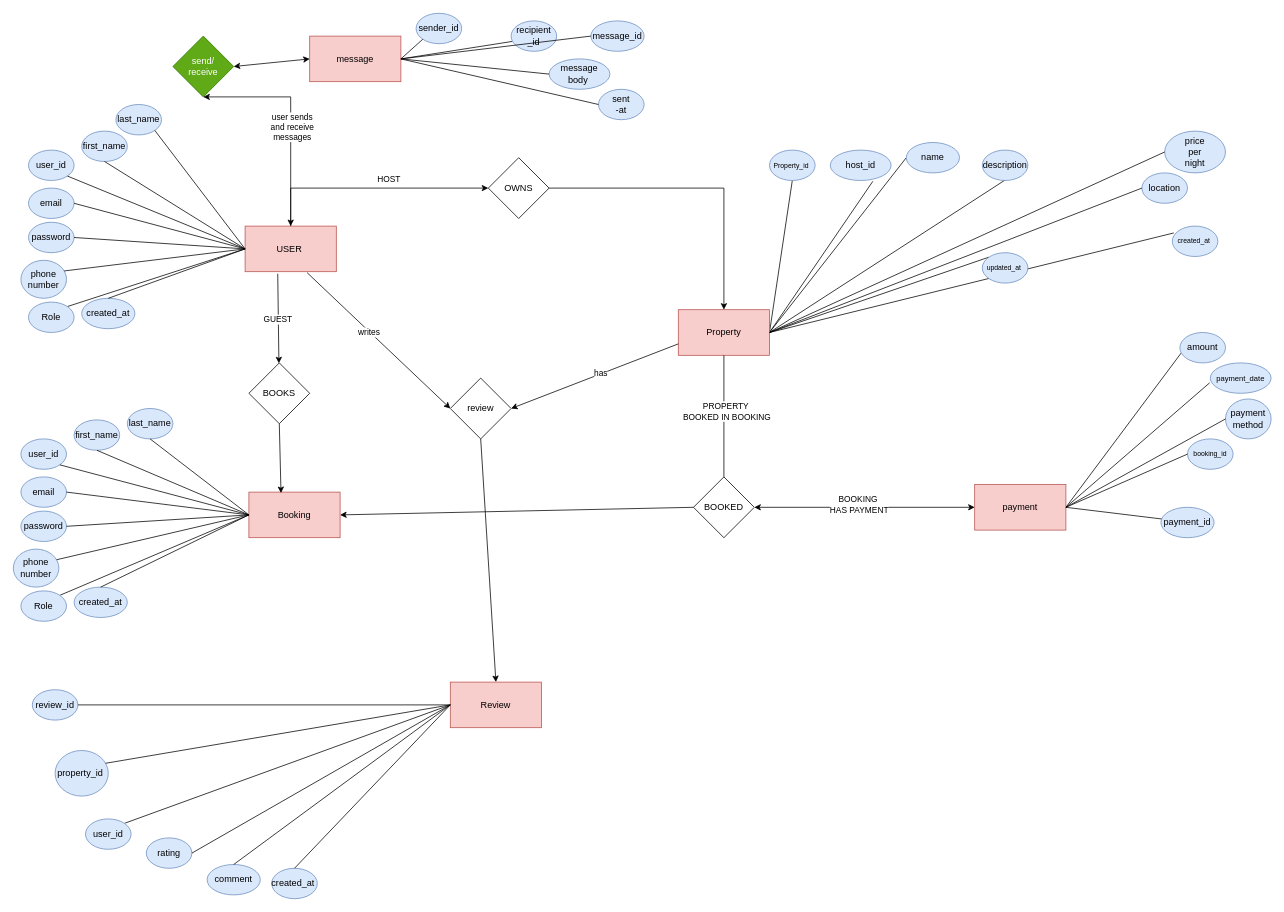
This is requirements.drawio from noelkips/alx-airbnb-database, a draw.io file, before an edit. Source tidied: cells renumbered, new cells numbered last; positions are measured from the earlier drawing's top-left corner, leaving out a move shared by most shapes. Both pictures are drawn from the tidied source at 76%, with x=0, y=0 at pixel (13, 13).
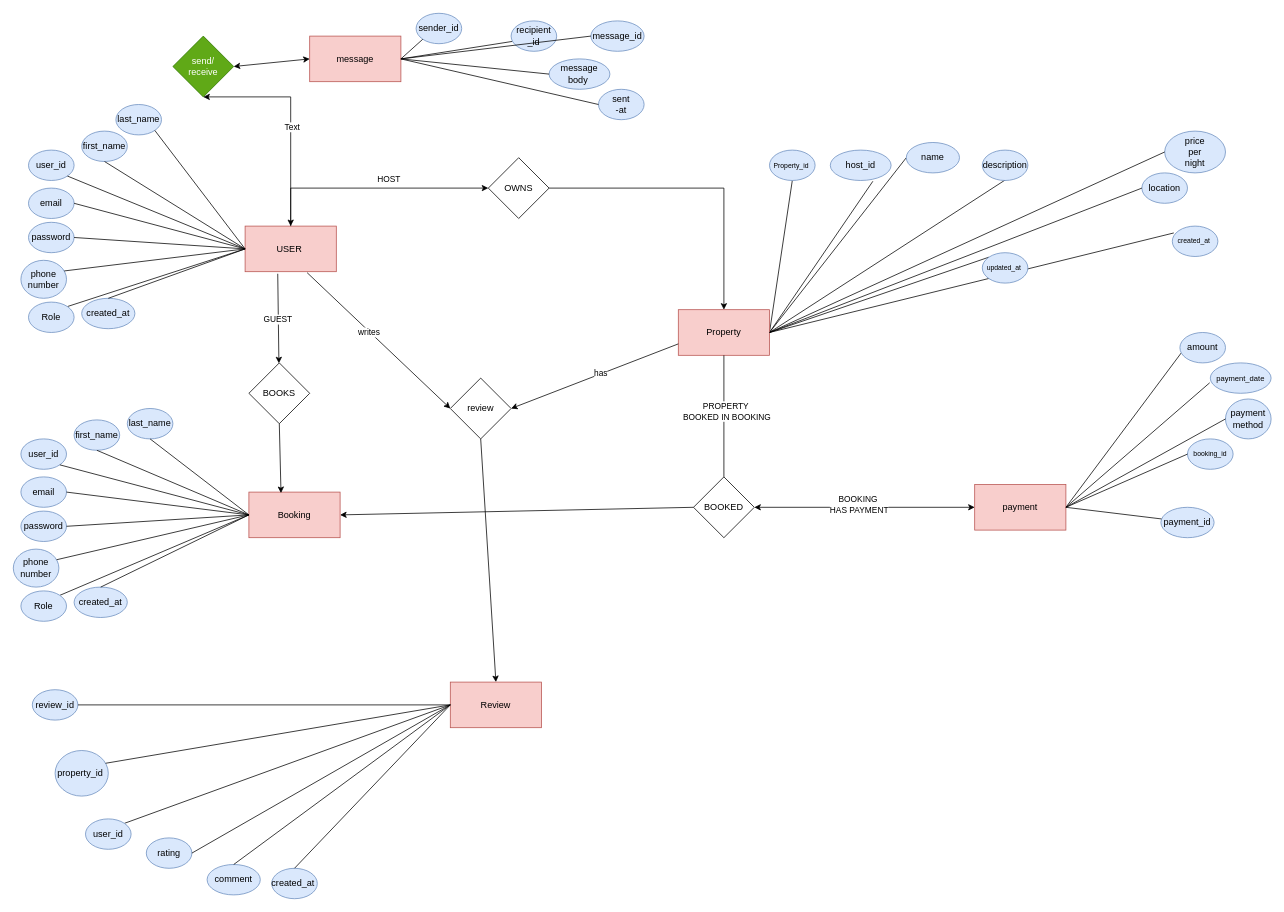
Above is the later version.

Unchanged cells that the change refers to:
```xml
<mxCell id="109" style="endArrow=classic;startArrow=classic;html=1;rounded=0;entryX=0.5;entryY=1;entryDx=0;entryDy=0;exitX=0.5;exitY=0;exitDx=0;exitDy=0;" parent="1" edge="1" source="10" target="108">
  <mxGeometry relative="1" as="geometry">
    <Array as="points">
      <mxPoint x="365" y="110" />
    </Array>
  </mxGeometry>
</mxCell>
```

Diff of the diagram source:
```diff
@@
-    <mxCell id="110" value="user sends&lt;div&gt;and receive&lt;/div&gt;&lt;div&gt;messages&lt;/div&gt;" style="edgeLabel;html=1;align=center;verticalAlign=middle;" parent="109" vertex="1">
+    <mxCell id="110" value="Text" style="edgeLabel;html=1;align=center;verticalAlign=middle;" parent="109" vertex="1">
       <mxGeometry x="-0.08" y="-1" relative="1" as="geometry" />
     </mxCell>
```
